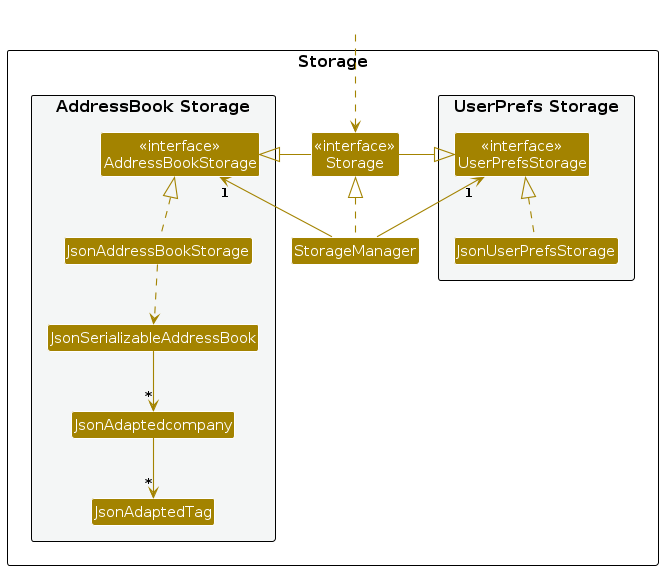
Above: diagrams/StorageClassDiagram.png in AY2425S1-CS2103T-T09-1/tp (PlantUML), before the change. Its source is kept beside it as diagrams/StorageClassDiagram.puml. The source it was exported from:
```plantuml
@startuml
!include style.puml
skinparam arrowThickness 1.1
skinparam arrowColor STORAGE_COLOR
skinparam classBackgroundColor STORAGE_COLOR

package Storage as StoragePackage {

package "UserPrefs Storage" #F4F6F6{
Class "<<interface>>\nUserPrefsStorage" as UserPrefsStorage
Class JsonUserPrefsStorage
}

Class "<<interface>>\nStorage" as Storage
Class StorageManager

package "AddressBook Storage" #F4F6F6{
Class "<<interface>>\nAddressBookStorage" as AddressBookStorage
Class JsonAddressBookStorage
Class JsonSerializableAddressBook
Class JsonAdaptedcompany
Class JsonAdaptedTag
}

}

Class HiddenOutside #FFFFFF
HiddenOutside ..> Storage

StorageManager .up.|> Storage
StorageManager -up-> "1" UserPrefsStorage
StorageManager -up-> "1" AddressBookStorage

Storage -left-|> UserPrefsStorage
Storage -right-|> AddressBookStorage

JsonUserPrefsStorage .up.|> UserPrefsStorage
JsonAddressBookStorage .up.|> AddressBookStorage
JsonAddressBookStorage ..> JsonSerializableAddressBook
JsonSerializableAddressBook --> "*" JsonAdaptedcompany
JsonAdaptedcompany --> "*" JsonAdaptedTag

@enduml
```
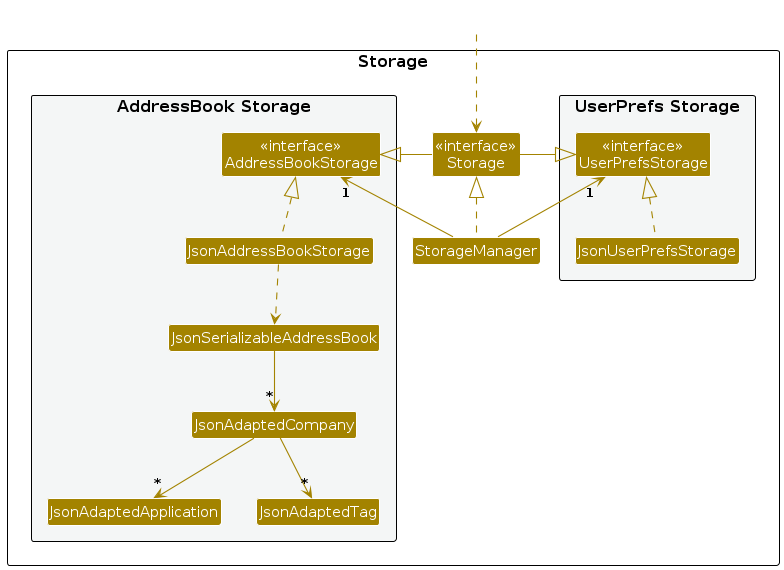
After the commit.

The edit, as a diff of the source:
```diff
@@ -18,7 +18,8 @@
 Class "<<interface>>\nAddressBookStorage" as AddressBookStorage
 Class JsonAddressBookStorage
 Class JsonSerializableAddressBook
-Class JsonAdaptedcompany
+Class JsonAdaptedCompany
+Class JsonAdaptedApplication
 Class JsonAdaptedTag
 }
 
@@ -37,7 +38,8 @@
 JsonUserPrefsStorage .up.|> UserPrefsStorage
 JsonAddressBookStorage .up.|> AddressBookStorage
 JsonAddressBookStorage ..> JsonSerializableAddressBook
-JsonSerializableAddressBook --> "*" JsonAdaptedcompany
-JsonAdaptedcompany --> "*" JsonAdaptedTag
+JsonSerializableAddressBook --> "*" JsonAdaptedCompany
+JsonAdaptedCompany --> "*" JsonAdaptedTag
+JsonAdaptedCompany --> "*" JsonAdaptedApplication
 
 @enduml
```
